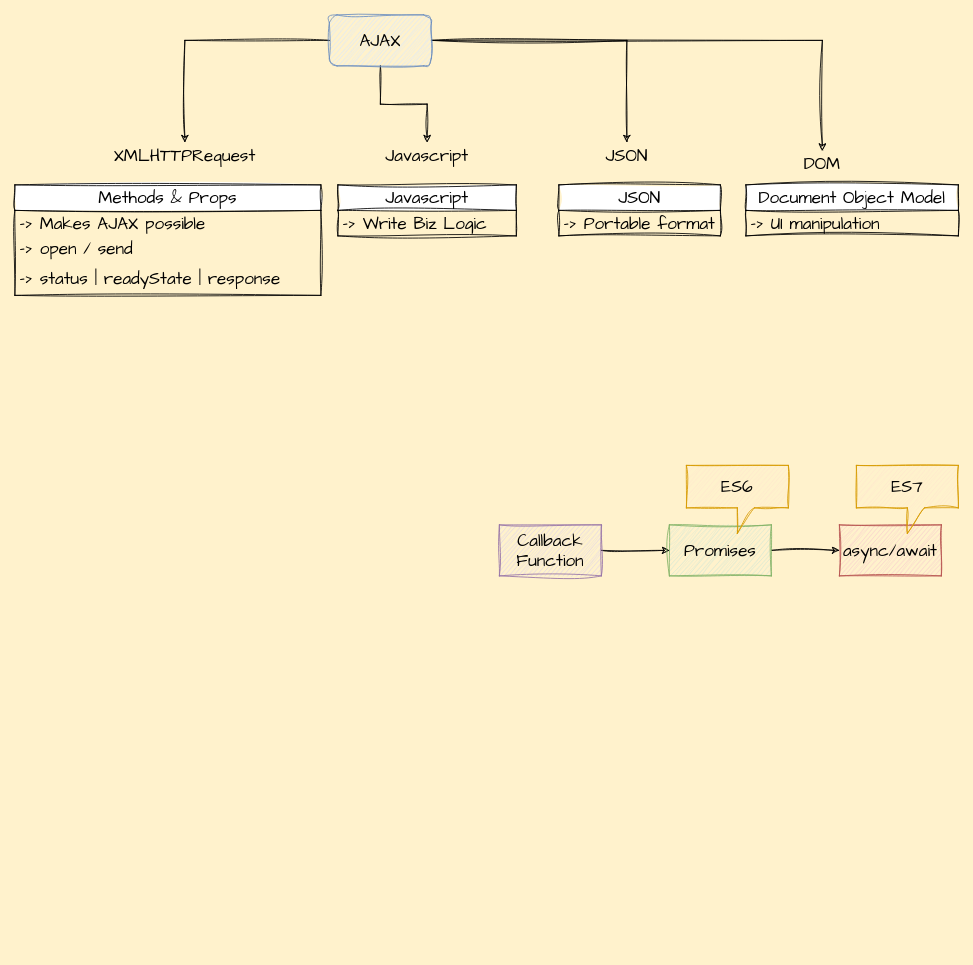
SumeetWajpe/MW_Advanced_Javascript_June_2023 keeps this draw.io diagram as SupportingDocs/MW_AdvS_June_23..drawio. Above is the earlier version. Source tidied: cells renumbered, new cells numbered last; positions are measured from the earlier drawing's top-left corner, leaving out a move shared by most shapes. Both pictures are drawn from the tidied source at 85%, with x=0, y=0 at pixel (14, 14).
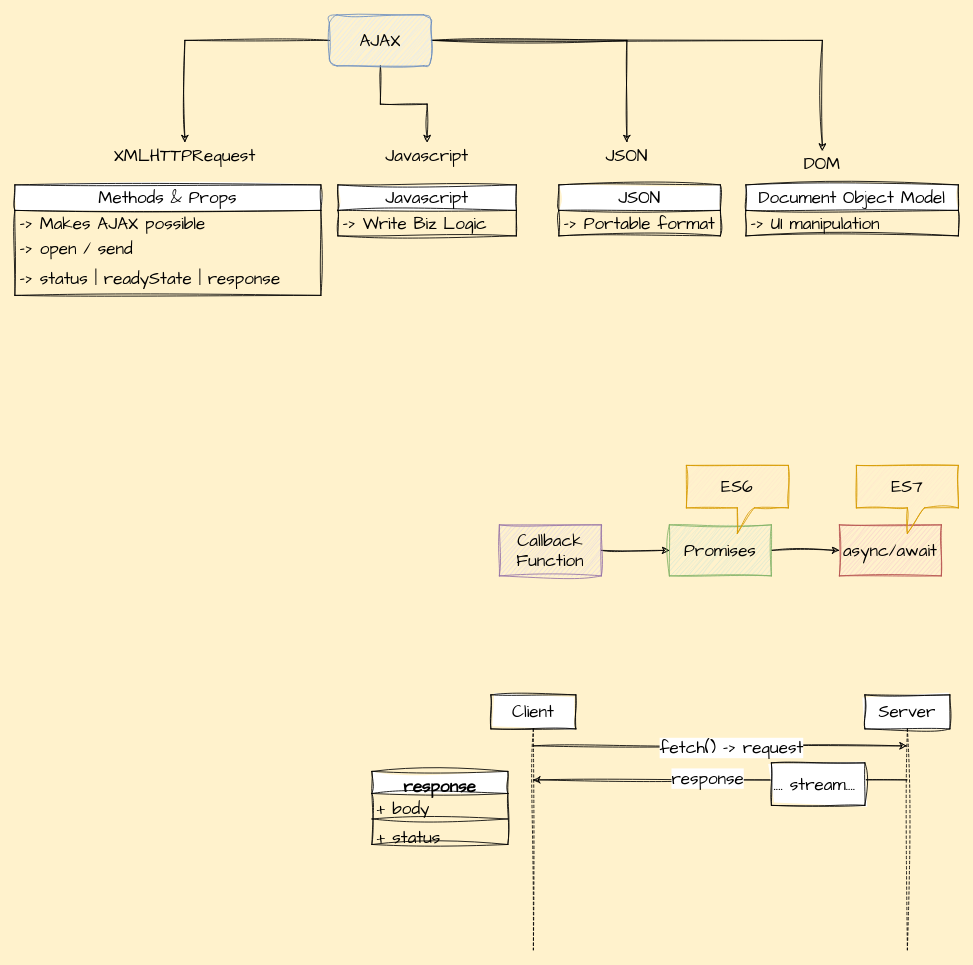
After the change.

Commit message (it also covers changes not shown here):
✨ AJAX with fetch API

The edit, as a diff of the source:
```diff
@@
+    <mxCell id="28" style="edgeStyle=elbowEdgeStyle;rounded=0;sketch=1;hachureGap=4;jiggle=2;curveFitting=1;jettySize=auto;html=1;elbow=vertical;curved=0;fontFamily=Architects Daughter;fontSize=16;" parent="1" edge="1" source="30" target="33">
+      <mxGeometry relative="1" as="geometry">
+        <Array as="points">
+          <mxPoint x="870" y="860" />
+        </Array>
+      </mxGeometry>
+    </mxCell>
+    <mxCell id="29" value="fetch() -&amp;gt; request" style="edgeLabel;html=1;align=center;verticalAlign=middle;fontSize=20;fontFamily=Architects Daughter;" parent="28" vertex="1">
+      <mxGeometry x="0.06" y="-1" relative="1" as="geometry" />
+    </mxCell>
+    <mxCell id="30" value="Client" style="shape=umlLifeline;perimeter=lifelinePerimeter;whiteSpace=wrap;html=1;outlineConnect=0;portConstraint=eastwest;newEdgeStyle={&quot;edgeStyle&quot;:&quot;elbowEdgeStyle&quot;,&quot;elbow&quot;:&quot;vertical&quot;,&quot;curved&quot;:0,&quot;rounded&quot;:0};sketch=1;hachureGap=4;jiggle=2;curveFitting=1;fontFamily=Architects Daughter;fontSize=20;" parent="1" vertex="1">
+      <mxGeometry x="560" y="800" width="100" height="300" as="geometry" />
+    </mxCell>
+    <mxCell id="31" style="edgeStyle=elbowEdgeStyle;rounded=0;sketch=1;hachureGap=4;jiggle=2;curveFitting=1;jettySize=auto;html=1;elbow=vertical;curved=0;fontFamily=Architects Daughter;fontSize=16;" parent="1" edge="1" source="33" target="30">
+      <mxGeometry relative="1" as="geometry">
+        <Array as="points">
+          <mxPoint x="850" y="900" />
+        </Array>
+      </mxGeometry>
+    </mxCell>
+    <mxCell id="32" value="response" style="edgeLabel;html=1;align=center;verticalAlign=middle;fontSize=20;fontFamily=Architects Daughter;" parent="31" vertex="1">
+      <mxGeometry x="0.07" y="-3" relative="1" as="geometry" />
+    </mxCell>
+    <mxCell id="33" value="Server" style="shape=umlLifeline;perimeter=lifelinePerimeter;whiteSpace=wrap;html=1;outlineConnect=0;portConstraint=eastwest;newEdgeStyle={&quot;edgeStyle&quot;:&quot;elbowEdgeStyle&quot;,&quot;elbow&quot;:&quot;vertical&quot;,&quot;curved&quot;:0,&quot;rounded&quot;:0};sketch=1;hachureGap=4;jiggle=2;curveFitting=1;fontFamily=Architects Daughter;fontSize=20;" parent="1" vertex="1">
+      <mxGeometry x="1000" y="800" width="100" height="300" as="geometry" />
+    </mxCell>
+    <mxCell id="34" value="response" style="swimlane;fontStyle=1;align=center;verticalAlign=top;horizontal=1;startSize=26;whiteSpace=wrap;html=1;sketch=1;hachureGap=4;jiggle=2;curveFitting=1;fontFamily=Architects Daughter;fontSize=20;" parent="1" vertex="1">
+      <mxGeometry x="420" y="890" width="160" height="86" as="geometry" />
+    </mxCell>
+    <mxCell id="35" value="+ body" style="text;strokeColor=none;fillColor=none;align=left;verticalAlign=top;spacingLeft=4;spacingRight=4;overflow=hidden;whiteSpace=wrap;html=1;fontSize=20;fontFamily=Architects Daughter;" parent="34" vertex="1">
+      <mxGeometry y="26" width="160" height="26" as="geometry" />
+    </mxCell>
+    <mxCell id="36" style="line;strokeWidth=1;fillColor=none;align=left;verticalAlign=middle;spacingTop=-1;spacingLeft=3;spacingRight=3;labelPosition=right;strokeColor=inherit;sketch=1;hachureGap=4;jiggle=2;curveFitting=1;fontFamily=Architects Daughter;fontSize=20;" parent="34" vertex="1">
+      <mxGeometry y="52" width="160" height="8" as="geometry" />
+    </mxCell>
+    <mxCell id="37" value="+ status" style="text;strokeColor=none;fillColor=none;align=left;verticalAlign=top;spacingLeft=4;spacingRight=4;overflow=hidden;whiteSpace=wrap;html=1;fontSize=20;fontFamily=Architects Daughter;" parent="34" vertex="1">
+      <mxGeometry y="60" width="160" height="26" as="geometry" />
+    </mxCell>
+    <mxCell id="38" value=".... stream....&amp;nbsp;" style="html=1;whiteSpace=wrap;sketch=1;hachureGap=4;jiggle=2;curveFitting=1;fontFamily=Architects Daughter;fontSize=20;" parent="1" vertex="1">
+      <mxGeometry x="890" y="880" width="110" height="50" as="geometry" />
+    </mxCell>
```
